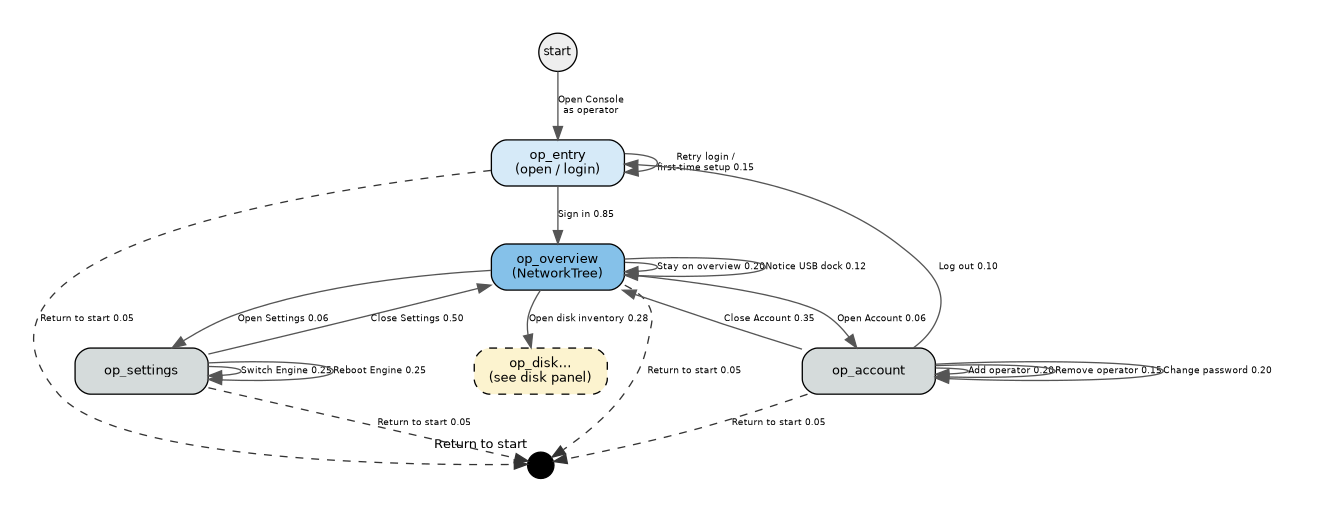
Before: proposals/duration-tests-operator-hub.png, a diagram exported from Graphviz (koenswings/agent-engine-dev). Its source is kept beside it as proposals/duration-tests-operator-hub.dot. Its diagram source:
```dot
digraph DurationTestsOperatorHub {
  rankdir=TB;
  size="14,8!";
  bgcolor="white";
  pad="0.35";
  nodesep="0.35";
  ranksep="0.50";
  fontname="Helvetica";
  splines=true;
  node [shape=box, style="rounded,filled", fontname="Helvetica", fontsize=10, width=1.40, height=0.48, margin="0.08,0.06"];
  edge [fontname="Helvetica", fontsize=7, color="#555555"];

  start [label="start", shape=circle, width=0.40, height=0.40, fixedsize=true, fillcolor="#eeeeee", style=filled, fontsize=9];
  start_return [label="", shape=circle, width=0.28, height=0.28, fixedsize=true, fillcolor="black", style=filled, color="black", xlabel="Return to start"];

  op_entry [label="op_entry\n(open / login)", fillcolor="#D6EAF8"];
  op_overview [label="op_overview\n(NetworkTree)", fillcolor="#85C1E9"];
  op_account  [label="op_account", fillcolor="#D5DBDB"];
  op_settings [label="op_settings", fillcolor="#D5DBDB"];
  op_disk_hint [label="op_disk…\n(see disk panel)", fillcolor="#FCF3CF", style="rounded,dashed,filled"];

  start -> op_entry [label="Open Console\nas operator"];
  op_entry -> op_overview [label="Sign in 0.85"];
  op_entry -> op_entry    [label="Retry login /\nfirst-time setup 0.15"];

  op_overview -> op_disk_hint [label="Open disk inventory 0.28"];
  op_overview -> op_account  [label="Open Account 0.06"];
  op_overview -> op_settings [label="Open Settings 0.06"];
  op_overview -> op_overview [label="Stay on overview 0.20"];
  op_overview -> op_overview [label="Notice USB dock 0.12"];

  op_account -> op_account  [label="Add operator 0.20"];
  op_account -> op_account  [label="Remove operator 0.15"];
  op_account -> op_account  [label="Change password 0.20"];
  op_account -> op_overview [label="Close Account 0.35"];
  op_account -> op_entry    [label="Log out 0.10"];

  op_settings -> op_overview [label="Close Settings 0.50"];
  op_settings -> op_settings [label="Switch Engine 0.25"];
  op_settings -> op_settings [label="Reboot Engine 0.25"];

  op_entry -> start_return [label="Return to start 0.05", style=dashed, color="#333333"];
  op_overview -> start_return [label="Return to start 0.05", style=dashed, color="#333333"];
  op_account -> start_return [label="Return to start 0.05", style=dashed, color="#333333"];
  op_settings -> start_return [label="Return to start 0.05", style=dashed, color="#333333"];
}
```
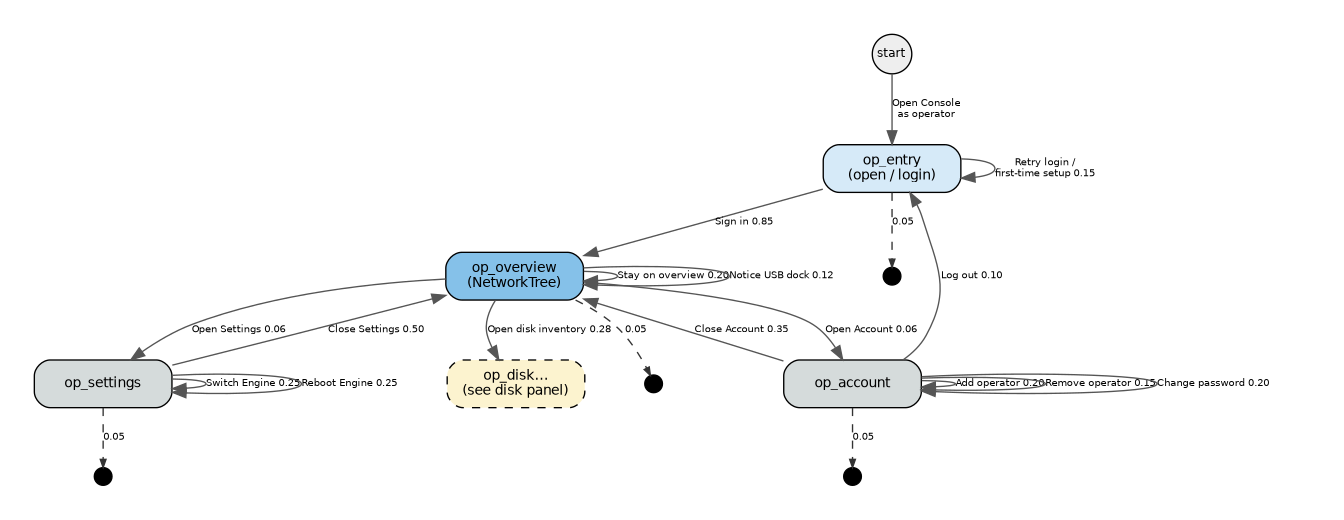
After the commit.

What changed in the source:
```diff
@@ -11,9 +11,7 @@
   edge [fontname="Helvetica", fontsize=7, color="#555555"];
 
   start [label="start", shape=circle, width=0.40, height=0.40, fixedsize=true, fillcolor="#eeeeee", style=filled, fontsize=9];
-  start_return [label="", shape=circle, width=0.28, height=0.28, fixedsize=true, fillcolor="black", style=filled, color="black", xlabel="Return to start"];
-
-  op_entry [label="op_entry\n(open / login)", fillcolor="#D6EAF8"];
+op_entry [label="op_entry\n(open / login)", fillcolor="#D6EAF8"];
   op_overview [label="op_overview\n(NetworkTree)", fillcolor="#85C1E9"];
   op_account  [label="op_account", fillcolor="#D5DBDB"];
   op_settings [label="op_settings", fillcolor="#D5DBDB"];
@@ -39,8 +37,12 @@
   op_settings -> op_settings [label="Switch Engine 0.25"];
   op_settings -> op_settings [label="Reboot Engine 0.25"];
 
-  op_entry -> start_return [label="Return to start 0.05", style=dashed, color="#333333"];
-  op_overview -> start_return [label="Return to start 0.05", style=dashed, color="#333333"];
-  op_account -> start_return [label="Return to start 0.05", style=dashed, color="#333333"];
-  op_settings -> start_return [label="Return to start 0.05", style=dashed, color="#333333"];
+  op_account_ret [label="", shape=circle, width=0.18, height=0.18, fixedsize=true, fillcolor="black", style=filled, color="black"];
+  op_account -> op_account_ret [label="0.05", style=dashed, color="#333333", arrowsize=0.6, minlen=1];
+  op_entry_ret [label="", shape=circle, width=0.18, height=0.18, fixedsize=true, fillcolor="black", style=filled, color="black"];
+  op_entry -> op_entry_ret [label="0.05", style=dashed, color="#333333", arrowsize=0.6, minlen=1];
+  op_overview_ret [label="", shape=circle, width=0.18, height=0.18, fixedsize=true, fillcolor="black", style=filled, color="black"];
+  op_overview -> op_overview_ret [label="0.05", style=dashed, color="#333333", arrowsize=0.6, minlen=1];
+  op_settings_ret [label="", shape=circle, width=0.18, height=0.18, fixedsize=true, fillcolor="black", style=filled, color="black"];
+  op_settings -> op_settings_ret [label="0.05", style=dashed, color="#333333", arrowsize=0.6, minlen=1];
 }
```
